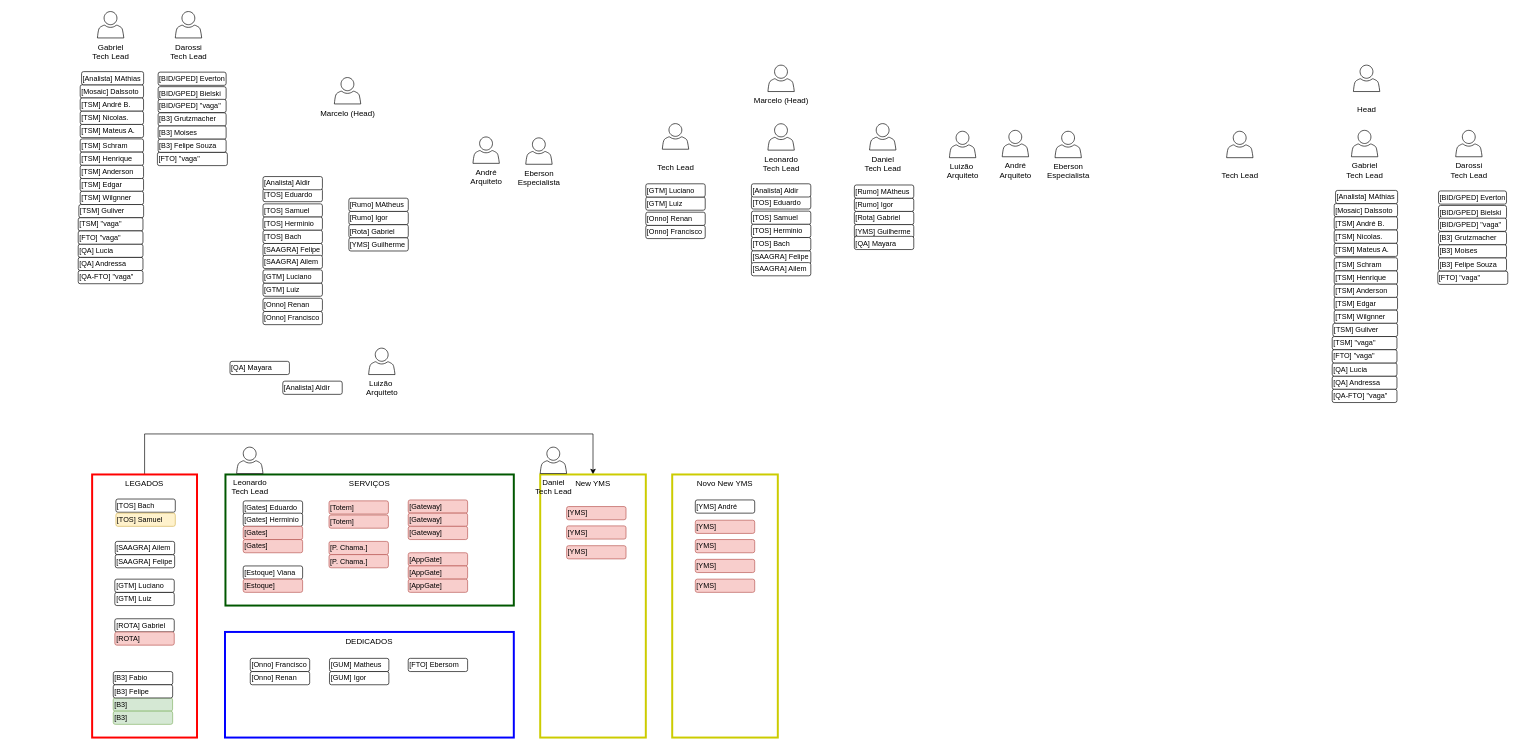
This is page "Página-7" (7 of 7) of time_org_24.drawio from marcelopedroso/yms_tech, a draw.io file, before an edit. Source tidied: cells renumbered, new cells numbered last; positions are measured from the earlier drawing's top-left corner, leaving out a move shared by most shapes. Both pictures are drawn from the tidied source at 66%, with x=0, y=0 at pixel (78, 11).
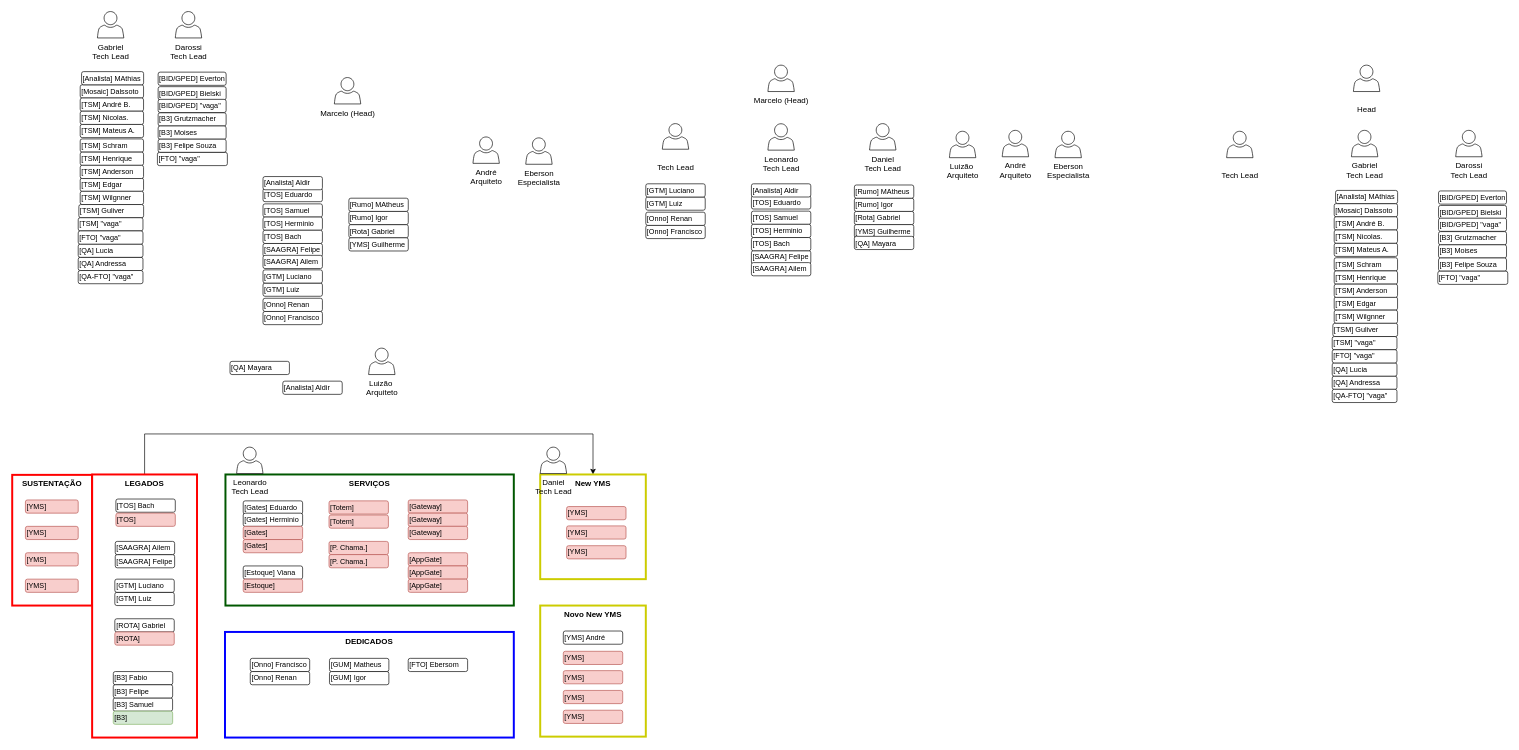
After the change.

The edit, as a diff of the source:
```diff
@@
-    <mxCell id="2" value="DEDICADOS" style="rounded=0;whiteSpace=wrap;html=1;fillColor=none;verticalAlign=top;strokeWidth=3;strokeColor=#0000FF;" parent="1" vertex="1">
+    <mxCell id="2" value="DEDICADOS" style="rounded=0;whiteSpace=wrap;html=1;fillColor=none;verticalAlign=top;strokeWidth=3;strokeColor=#0000FF;fontStyle=1;" parent="1" vertex="1">
       <mxGeometry x="222.4" y="940" width="437.6" height="160" as="geometry" />
     </mxCell>
@@
-    <mxCell id="4" value="LEGADOS" style="rounded=0;whiteSpace=wrap;html=1;fillColor=none;verticalAlign=top;strokeWidth=3;strokeColor=#ff0000;" parent="1" vertex="1">
+    <mxCell id="4" value="LEGADOS" style="rounded=0;whiteSpace=wrap;html=1;fillColor=none;verticalAlign=top;strokeWidth=3;strokeColor=#ff0000;fontStyle=1;" parent="1" vertex="1">
       <mxGeometry x="21.1" y="701.4" width="158.9" height="398.6" as="geometry" />
     </mxCell>
-    <mxCell id="5" value="SERVIÇOS" style="rounded=0;whiteSpace=wrap;html=1;fillColor=none;verticalAlign=top;strokeWidth=3;strokeColor=#005700;fontColor=#000000;" parent="1" vertex="1">
+    <mxCell id="5" value="SERVIÇOS" style="rounded=0;whiteSpace=wrap;html=1;fillColor=none;verticalAlign=top;strokeWidth=3;strokeColor=#005700;fontColor=#000000;fontStyle=1;" parent="1" vertex="1">
       <mxGeometry x="223.1" y="701.4" width="436.9" height="198.6" as="geometry" />
     </mxCell>
@@
-    <mxCell id="118" value="[TOS] Samuel" style="rounded=1;whiteSpace=wrap;html=1;fontSize=11;align=left;fillColor=#fff2cc;strokeColor=#d6b656;" parent="1" vertex="1">
+    <mxCell id="118" value="[TOS]&amp;nbsp;" style="rounded=1;whiteSpace=wrap;html=1;fontSize=11;align=left;fillColor=#f8cecc;strokeColor=#b85450;" parent="1" vertex="1">
       <mxGeometry x="57.1" y="760" width="90" height="20" as="geometry" />
     </mxCell>
@@
-    <mxCell id="125" value="[B3]&amp;nbsp;" style="rounded=1;whiteSpace=wrap;html=1;fontSize=11;align=left;fillColor=#d5e8d4;strokeColor=#82b366;" parent="1" vertex="1">
+    <mxCell id="125" value="[B3] Samuel" style="rounded=1;whiteSpace=wrap;html=1;fontSize=11;align=left;" parent="1" vertex="1">
       <mxGeometry x="53" y="1040" width="90" height="20" as="geometry" />
     </mxCell>
@@
-    <mxCell id="129" value="New YMS" style="rounded=0;whiteSpace=wrap;html=1;fillColor=none;verticalAlign=top;strokeWidth=3;strokeColor=#CCCC00;fontColor=#000000;" parent="1" vertex="1">
-      <mxGeometry x="700" y="701.4" width="160" height="398.6" as="geometry" />
+    <mxCell id="129" value="New YMS" style="rounded=0;whiteSpace=wrap;html=1;fillColor=none;verticalAlign=top;strokeWidth=3;strokeColor=#CCCC00;fontColor=#000000;fontStyle=1;" parent="1" vertex="1">
+      <mxGeometry x="700" y="701.4" width="160" height="158.6" as="geometry" />
     </mxCell>
@@
-    <mxCell id="131" value="Novo New YMS" style="rounded=0;whiteSpace=wrap;html=1;fillColor=none;verticalAlign=top;strokeWidth=3;strokeColor=#CCCC00;fontColor=#000000;" parent="1" vertex="1">
-      <mxGeometry x="900" y="701.4" width="160" height="398.6" as="geometry" />
+    <mxCell id="131" value="Novo New YMS" style="rounded=0;whiteSpace=wrap;html=1;fillColor=none;verticalAlign=top;strokeWidth=3;strokeColor=#CCCC00;fontColor=#000000;fontStyle=1;" parent="1" vertex="1">
+      <mxGeometry x="700" y="900" width="160" height="198.6" as="geometry" />
     </mxCell>
     <mxCell id="132" value="[YMS] André" style="rounded=1;whiteSpace=wrap;html=1;fontSize=11;align=left;" parent="1" vertex="1">
-      <mxGeometry x="935" y="740" width="90" height="20" as="geometry" />
+      <mxGeometry x="735" y="938.6" width="90" height="20" as="geometry" />
     </mxCell>
     <mxCell id="133" value="[YMS]&amp;nbsp;" style="rounded=1;whiteSpace=wrap;html=1;fontSize=11;align=left;fillColor=#f8cecc;strokeColor=#b85450;" parent="1" vertex="1">
-      <mxGeometry x="935" y="770.7" width="90" height="20" as="geometry" />
+      <mxGeometry x="735" y="969.3" width="90" height="20" as="geometry" />
     </mxCell>
     <mxCell id="134" value="[YMS]&amp;nbsp;" style="rounded=1;whiteSpace=wrap;html=1;fontSize=11;align=left;fillColor=#f8cecc;strokeColor=#b85450;" parent="1" vertex="1">
-      <mxGeometry x="935" y="800" width="90" height="20" as="geometry" />
+      <mxGeometry x="735" y="998.6" width="90" height="20" as="geometry" />
     </mxCell>
     <mxCell id="135" value="[YMS]&amp;nbsp;" style="rounded=1;whiteSpace=wrap;html=1;fontSize=11;align=left;fillColor=#f8cecc;strokeColor=#b85450;" parent="1" vertex="1">
-      <mxGeometry x="935" y="830" width="90" height="20" as="geometry" />
+      <mxGeometry x="735" y="1028.6" width="90" height="20" as="geometry" />
     </mxCell>
     <mxCell id="136" value="[YMS]&amp;nbsp;" style="rounded=1;whiteSpace=wrap;html=1;fontSize=11;align=left;fillColor=#f8cecc;strokeColor=#b85450;" parent="1" vertex="1">
-      <mxGeometry x="935" y="860" width="90" height="20" as="geometry" />
+      <mxGeometry x="735" y="1058.6" width="90" height="20" as="geometry" />
     </mxCell>
@@
+    <mxCell id="147" value="SUSTENTAÇÃO" style="rounded=0;whiteSpace=wrap;html=1;fillColor=none;verticalAlign=top;strokeWidth=3;strokeColor=#ff0000;fontStyle=1;" parent="1" vertex="1">
+      <mxGeometry x="-100" y="702" width="120.9" height="198" as="geometry" />
+    </mxCell>
+    <mxCell id="148" value="[YMS]&amp;nbsp;" style="rounded=1;whiteSpace=wrap;html=1;fontSize=11;align=left;fillColor=#f8cecc;strokeColor=#b85450;" parent="1" vertex="1">
+      <mxGeometry x="-80" y="740" width="80" height="20" as="geometry" />
+    </mxCell>
+    <mxCell id="149" value="[YMS]&amp;nbsp;" style="rounded=1;whiteSpace=wrap;html=1;fontSize=11;align=left;fillColor=#f8cecc;strokeColor=#b85450;" parent="1" vertex="1">
+      <mxGeometry x="-80" y="780" width="80" height="20" as="geometry" />
+    </mxCell>
+    <mxCell id="150" value="[YMS]&amp;nbsp;" style="rounded=1;whiteSpace=wrap;html=1;fontSize=11;align=left;fillColor=#f8cecc;strokeColor=#b85450;" parent="1" vertex="1">
+      <mxGeometry x="-80" y="820" width="80" height="20" as="geometry" />
+    </mxCell>
+    <mxCell id="151" value="[YMS]&amp;nbsp;" style="rounded=1;whiteSpace=wrap;html=1;fontSize=11;align=left;fillColor=#f8cecc;strokeColor=#b85450;" parent="1" vertex="1">
+      <mxGeometry x="-80" y="860" width="80" height="20" as="geometry" />
+    </mxCell>
```
